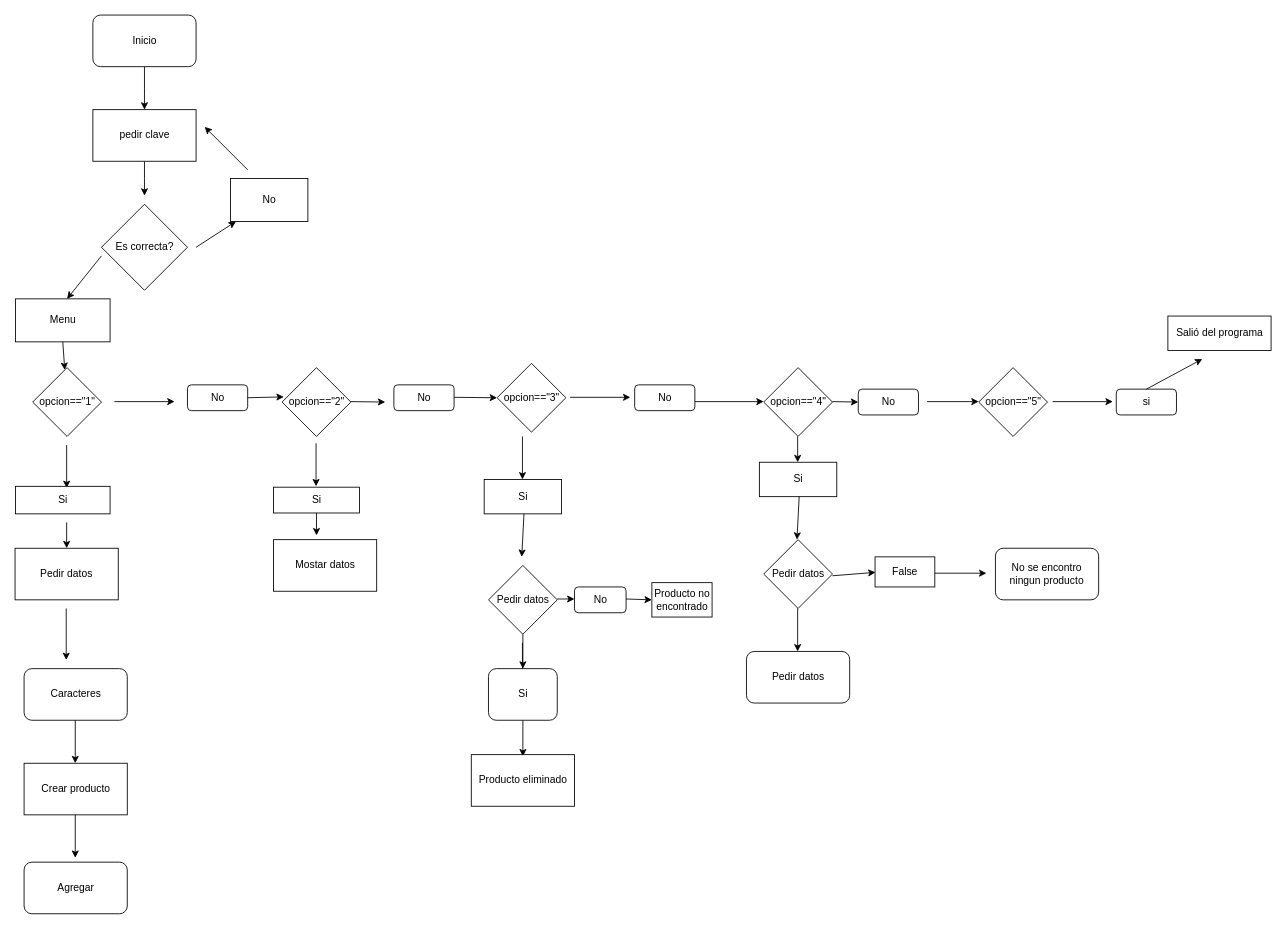
This is Diagrama sin título.drawio from kevinld93/tp, a draw.io file, before an edit. Source tidied: cells renumbered, new cells numbered last; positions are measured from the earlier drawing's top-left corner, leaving out a move shared by most shapes. Both pictures are drawn from the tidied source at 86%, with x=0, y=0 at pixel (15, 15).
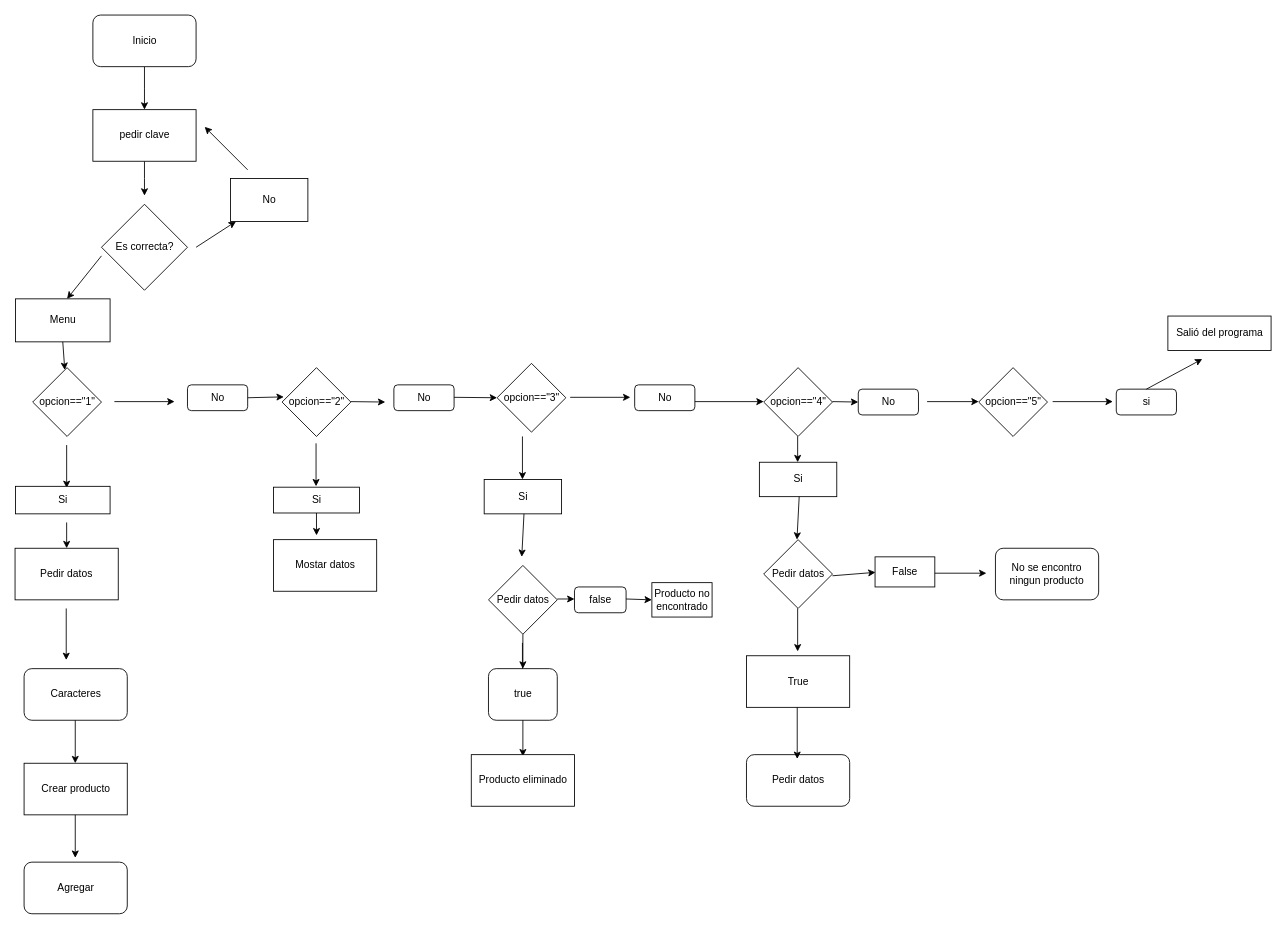
After the change.

Diff of the diagram source:
```diff
@@
-    <mxCell id="52" value="Si" style="rounded=1;whiteSpace=wrap;html=1;direction=south;" parent="1" vertex="1">
+    <mxCell id="52" value="true" style="rounded=1;whiteSpace=wrap;html=1;direction=south;" parent="1" vertex="1">
       <mxGeometry x="550.5" y="760" width="80" height="60" as="geometry" />
     </mxCell>
-    <mxCell id="53" value="No" style="rounded=1;whiteSpace=wrap;html=1;" parent="1" vertex="1">
+    <mxCell id="53" value="false" style="rounded=1;whiteSpace=wrap;html=1;" parent="1" vertex="1">
       <mxGeometry x="650.5" y="665" width="60" height="30" as="geometry" />
     </mxCell>
@@
     <mxCell id="58" value="Pedir datos" style="rounded=1;whiteSpace=wrap;html=1;" parent="1" vertex="1">
-      <mxGeometry x="850.5" y="740" width="120" height="60" as="geometry" />
+      <mxGeometry x="850.5" y="860" width="120" height="60" as="geometry" />
     </mxCell>
@@
+    <mxCell id="71" value="True" style="rounded=0;whiteSpace=wrap;html=1;" parent="1" vertex="1">
+      <mxGeometry x="850.5" y="745" width="120" height="60" as="geometry" />
+    </mxCell>
+    <mxCell id="72" style="endArrow=classic;html=1;rounded=0;" parent="1" edge="1">
+      <mxGeometry relative="1" as="geometry">
+        <mxPoint x="909.5" y="805" as="sourcePoint" />
+        <mxPoint x="909.5" y="865" as="targetPoint" />
+      </mxGeometry>
+    </mxCell>
```
